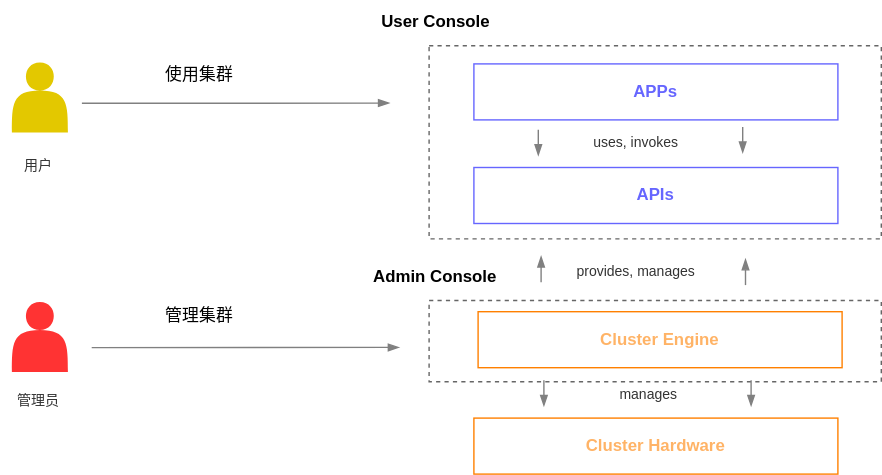
t9k/ucman keeps this draw.io diagram as src/assets/overview/t9k-arch.drawio.svg. Above is the earlier version. Source tidied: cells renumbered, new cells last; positions are measured from the earlier drawing's top-left corner, leaving out a move shared by most shapes.
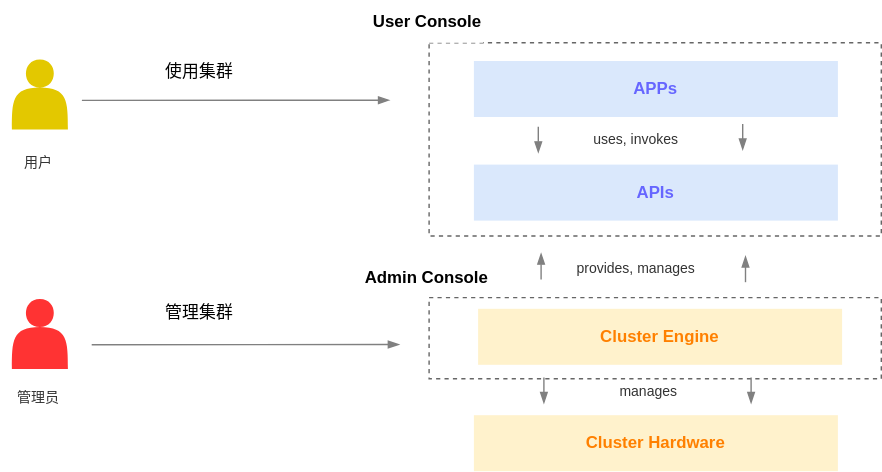
The same diagram one commit later.

Commit message:
change to color blocks

The edit, as a diff of the source:
```diff
@@ -12,7 +12,7 @@
       <mxGeometry x="116" y="38" width="180" height="30" as="geometry" />
     </mxCell>
     <mxCell id="5" value="&lt;b&gt;User Console&lt;/b&gt;" style="text;html=1;strokeColor=none;fillColor=#FFFFFF;align=center;verticalAlign=middle;whiteSpace=wrap;rounded=0;labelBackgroundColor=none;" parent="1" vertex="1">
-      <mxGeometry x="270.5" width="80" height="30" as="geometry" />
+      <mxGeometry x="264.5" y="2" width="80" height="30" as="geometry" />
     </mxCell>
     <mxCell id="6" style="edgeStyle=none;html=1;fontColor=#FFFFFF;strokeColor=#808080;endArrow=blockThin;endFill=1;" parent="1" edge="1">
       <mxGeometry relative="1" as="geometry">
@@ -23,16 +23,16 @@
     <mxCell id="7" style="shape=actor;whiteSpace=wrap;html=1;fillColor=#e3c800;strokeColor=none;fontColor=#000000;" parent="1" vertex="1">
       <mxGeometry x="8" y="44" width="40" height="50" as="geometry" />
     </mxCell>
-    <mxCell id="8" value="&lt;font color=&quot;#6666ff&quot;&gt;&lt;b&gt;APIs&lt;/b&gt;&lt;/font&gt;" style="rounded=0;whiteSpace=wrap;html=1;fillColor=none;strokeColor=#6666FF;fontColor=#FFFFFF;" parent="1" vertex="1">
+    <mxCell id="8" value="&lt;font color=&quot;#6666ff&quot;&gt;&lt;b&gt;APIs&lt;/b&gt;&lt;/font&gt;" style="rounded=0;whiteSpace=wrap;html=1;fillColor=#dae8fc;strokeColor=none;" parent="1" vertex="1">
       <mxGeometry x="338" y="119" width="260" height="40" as="geometry" />
     </mxCell>
-    <mxCell id="9" value="&lt;font color=&quot;#6666ff&quot;&gt;&lt;b&gt;APPs&lt;/b&gt;&lt;/font&gt;" style="rounded=0;whiteSpace=wrap;html=1;fillColor=none;strokeColor=#6666FF;fontColor=#FFFFFF;" parent="1" vertex="1">
+    <mxCell id="9" value="&lt;font color=&quot;#6666ff&quot;&gt;&lt;b&gt;APPs&lt;/b&gt;&lt;/font&gt;" style="rounded=0;whiteSpace=wrap;html=1;fillColor=#dae8fc;strokeColor=none;" parent="1" vertex="1">
       <mxGeometry x="338" y="45" width="260" height="40" as="geometry" />
     </mxCell>
-    <mxCell id="10" value="&lt;b style=&quot;&quot;&gt;&lt;font color=&quot;#ffb366&quot;&gt;Cluster Engine&lt;/font&gt;&lt;/b&gt;" style="rounded=0;whiteSpace=wrap;html=1;fillColor=none;strokeColor=#FF8000;fontColor=#FFFFFF;" parent="1" vertex="1">
+    <mxCell id="10" value="&lt;b style=&quot;&quot;&gt;&lt;font color=&quot;#ff8000&quot;&gt;Cluster Engine&lt;/font&gt;&lt;/b&gt;" style="rounded=0;whiteSpace=wrap;html=1;fillColor=#fff2cc;strokeColor=none;" parent="1" vertex="1">
       <mxGeometry x="341" y="222" width="260" height="40" as="geometry" />
     </mxCell>
-    <mxCell id="11" value="&lt;b style=&quot;&quot;&gt;&lt;font color=&quot;#ffb366&quot;&gt;Cluster Hardware&lt;/font&gt;&lt;/b&gt;" style="rounded=0;whiteSpace=wrap;html=1;fillColor=none;strokeColor=#FF8000;fontColor=#FFFFFF;" parent="1" vertex="1">
+    <mxCell id="11" value="&lt;b style=&quot;&quot;&gt;&lt;font color=&quot;#ff8000&quot;&gt;Cluster Hardware&lt;/font&gt;&lt;/b&gt;" style="rounded=0;whiteSpace=wrap;html=1;fillColor=#fff2cc;strokeColor=none;" parent="1" vertex="1">
       <mxGeometry x="338" y="298" width="260" height="40" as="geometry" />
     </mxCell>
     <mxCell id="12" style="edgeStyle=none;html=1;fontColor=#FFFFFF;strokeColor=#808080;endArrow=blockThin;endFill=1;" parent="1" edge="1">
@@ -96,7 +96,7 @@
       </mxGeometry>
     </mxCell>
     <mxCell id="25" value="&lt;b&gt;Admin Console&lt;/b&gt;" style="text;html=1;strokeColor=none;fillColor=none;align=center;verticalAlign=middle;whiteSpace=wrap;rounded=0;" parent="1" vertex="1">
-      <mxGeometry x="265" y="182" width="91" height="30" as="geometry" />
+      <mxGeometry x="259" y="185" width="91" height="30" as="geometry" />
     </mxCell>
     <mxCell id="26" value="&lt;div style=&quot;&quot;&gt;&lt;span style=&quot;background-color: initial;&quot;&gt;管理集群&lt;/span&gt;&lt;br&gt;&lt;/div&gt;" style="text;html=1;strokeColor=none;fillColor=none;align=left;verticalAlign=middle;whiteSpace=wrap;rounded=0;" parent="1" vertex="1">
       <mxGeometry x="116" y="210" width="131" height="30" as="geometry" />
```
